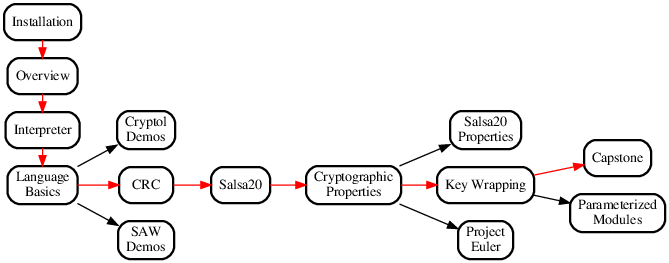
This is misc/deps.png from weaversa/cryptol-course, a Graphviz export, as it was before one commit. Its source is kept beside it as misc/deps.gv.
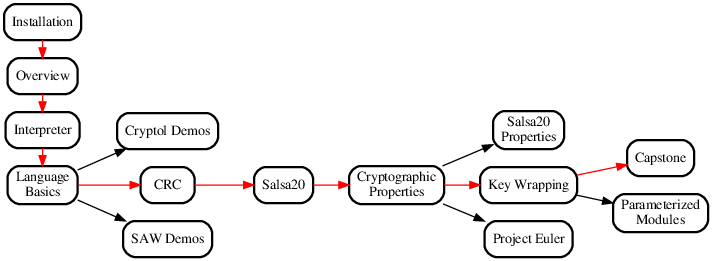
Later version of the same file.

What changed in the source:
```diff
@@ -32,9 +32,9 @@
   Salsa20Properties       [label="Salsa20\nProperties"];
   CryptographicProperties [label="Cryptographic\nProperties"];
   KeyWrapping             [label="Key Wrapping"];
-  ProjectEuler            [label="Project\nEuler"];
-  CryptolDemos            [label="Cryptol\nDemos"];
-  SAWDemos                [label="SAW\nDemos"];
+  ProjectEuler            [label="Project Euler"];
+  CryptolDemos            [label="Cryptol Demos"];
+  SAWDemos                [label="SAW Demos"];
   SimonSpeck              [label="Parameterized\nModules"];
 
   edge [color=red];
```
